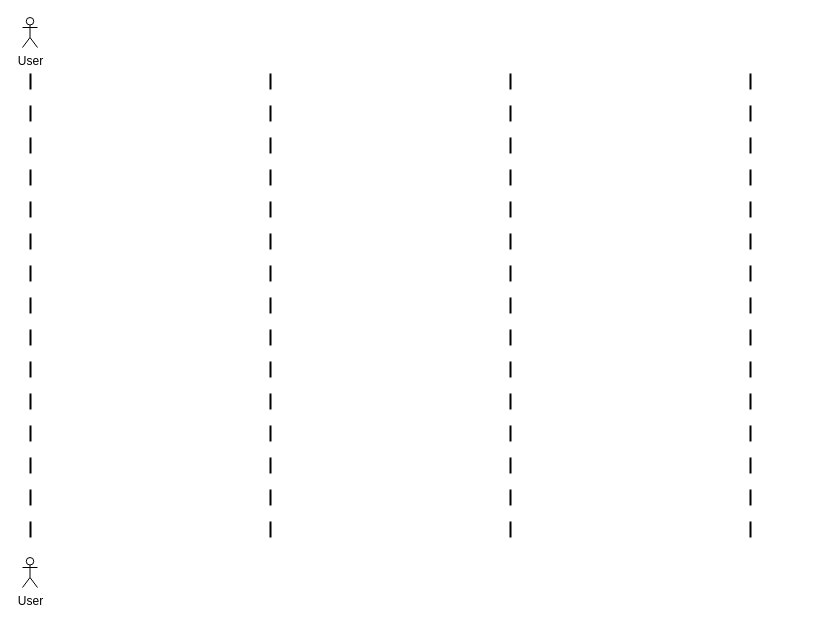
Before: Interactive_map_Sequence_diagram.drawio in Anuja-jayasinghe/DrawIo_Projects, a draw.io diagram. Source tidied: cells renumbered, new cells numbered last; positions are measured from the earlier drawing's top-left corner, leaving out a move shared by most shapes. Both pictures are drawn from the tidied source at 100%, with x=0, y=0 at pixel (22, 17).
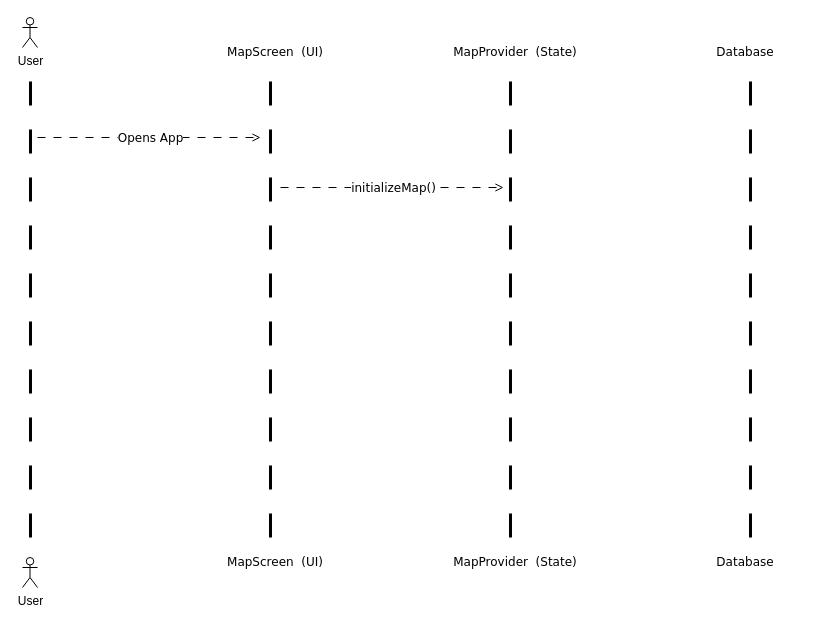
Above is the later version.

What changed in the source:
```diff
@@
-    <mxCell id="2" style="endArrow=none;dashed=1;html=1;dashPattern=8 8;strokeWidth=2;rounded=0;" parent="1" edge="1">
+    <mxCell id="2" style="endArrow=none;dashed=1;html=1;dashPattern=8 8;strokeWidth=3;rounded=0;" parent="1" edge="1">
       <mxGeometry relative="1" as="geometry">
         <mxPoint x="8" y="520" as="sourcePoint" />
         <mxPoint x="8" y="40" as="targetPoint" />
       </mxGeometry>
     </mxCell>
-    <mxCell id="3" style="endArrow=none;dashed=1;html=1;dashPattern=8 8;strokeWidth=2;rounded=0;" parent="1" edge="1">
+    <mxCell id="3" style="endArrow=none;dashed=1;html=1;dashPattern=8 8;strokeWidth=3;rounded=0;" parent="1" edge="1">
       <mxGeometry relative="1" as="geometry">
         <mxPoint x="728" y="520" as="sourcePoint" />
         <mxPoint x="728" y="40" as="targetPoint" />
       </mxGeometry>
     </mxCell>
-    <mxCell id="4" style="endArrow=none;dashed=1;html=1;dashPattern=8 8;strokeWidth=2;rounded=0;" parent="1" edge="1">
+    <mxCell id="4" style="endArrow=none;dashed=1;html=1;dashPattern=8 8;strokeWidth=3;rounded=0;" parent="1" edge="1">
       <mxGeometry relative="1" as="geometry">
         <mxPoint x="488" y="520" as="sourcePoint" />
         <mxPoint x="488" y="40" as="targetPoint" />
       </mxGeometry>
     </mxCell>
-    <mxCell id="5" style="endArrow=none;dashed=1;html=1;dashPattern=8 8;strokeWidth=2;rounded=0;" parent="1" edge="1">
+    <mxCell id="5" style="endArrow=none;dashed=1;html=1;dashPattern=8 8;strokeWidth=3;rounded=0;" parent="1" edge="1">
       <mxGeometry relative="1" as="geometry">
         <mxPoint x="248" y="520" as="sourcePoint" />
         <mxPoint x="248" y="40" as="targetPoint" />
       </mxGeometry>
     </mxCell>
@@
+    <mxCell id="8" style="endArrow=open;html=1;rounded=0;dashed=1;dashPattern=8 8;endFill=0;" parent="1" edge="1">
+      <mxGeometry relative="1" as="geometry">
+        <mxPoint x="15" y="120" as="sourcePoint" />
+        <mxPoint x="238" y="120" as="targetPoint" />
+      </mxGeometry>
+    </mxCell>
+    <mxCell id="9" value="&lt;font style=&quot;font-size: 12px;&quot;&gt;Opens App&lt;/font&gt;" style="edgeLabel;html=1;align=center;verticalAlign=middle;fontFamily=Verdana;" parent="8" vertex="1">
+      <mxGeometry relative="1" as="geometry" />
+    </mxCell>
+    <mxCell id="10" style="endArrow=open;html=1;rounded=0;dashed=1;dashPattern=8 8;endFill=0;" parent="1" edge="1">
+      <mxGeometry relative="1" as="geometry">
+        <mxPoint x="258" y="170" as="sourcePoint" />
+        <mxPoint x="481" y="170" as="targetPoint" />
+      </mxGeometry>
+    </mxCell>
+    <mxCell id="11" value="&lt;font style=&quot;font-size: 12px;&quot; face=&quot;Verdana&quot;&gt;initializeMap()&lt;/font&gt;" style="edgeLabel;html=1;align=center;verticalAlign=middle;" parent="10" vertex="1">
+      <mxGeometry relative="1" as="geometry" />
+    </mxCell>
+    <mxCell id="12" value="&lt;font face=&quot;Verdana&quot;&gt;MapScreen&amp;nbsp; (UI)&lt;/font&gt;" style="text;html=1;whiteSpace=wrap;strokeColor=none;fillColor=none;align=center;verticalAlign=middle;rounded=0;" parent="1" vertex="1">
+      <mxGeometry x="188" y="20" width="130" height="30" as="geometry" />
+    </mxCell>
+    <mxCell id="13" value="&lt;font face=&quot;Verdana&quot;&gt;MapScreen&amp;nbsp; (UI)&lt;/font&gt;" style="text;html=1;whiteSpace=wrap;strokeColor=none;fillColor=none;align=center;verticalAlign=middle;rounded=0;" parent="1" vertex="1">
+      <mxGeometry x="188" y="530" width="130" height="30" as="geometry" />
+    </mxCell>
+    <mxCell id="14" value="&lt;font face=&quot;Verdana&quot;&gt;MapProvider&amp;nbsp; (State)&lt;/font&gt;" style="text;html=1;whiteSpace=wrap;strokeColor=none;fillColor=none;align=center;verticalAlign=middle;rounded=0;" parent="1" vertex="1">
+      <mxGeometry x="428" y="20" width="130" height="30" as="geometry" />
+    </mxCell>
+    <mxCell id="15" value="&lt;font face=&quot;Verdana&quot;&gt;MapProvider&amp;nbsp; (State)&lt;/font&gt;" style="text;html=1;whiteSpace=wrap;strokeColor=none;fillColor=none;align=center;verticalAlign=middle;rounded=0;" parent="1" vertex="1">
+      <mxGeometry x="428" y="530" width="130" height="30" as="geometry" />
+    </mxCell>
+    <mxCell id="16" value="&lt;font face=&quot;Verdana&quot;&gt;Database&lt;/font&gt;" style="text;html=1;whiteSpace=wrap;strokeColor=none;fillColor=none;align=center;verticalAlign=middle;rounded=0;" parent="1" vertex="1">
+      <mxGeometry x="658" y="20" width="130" height="30" as="geometry" />
+    </mxCell>
+    <mxCell id="17" value="&lt;font face=&quot;Verdana&quot;&gt;Database&lt;/font&gt;" style="text;html=1;whiteSpace=wrap;strokeColor=none;fillColor=none;align=center;verticalAlign=middle;rounded=0;" parent="1" vertex="1">
+      <mxGeometry x="658" y="530" width="130" height="30" as="geometry" />
+    </mxCell>
```
